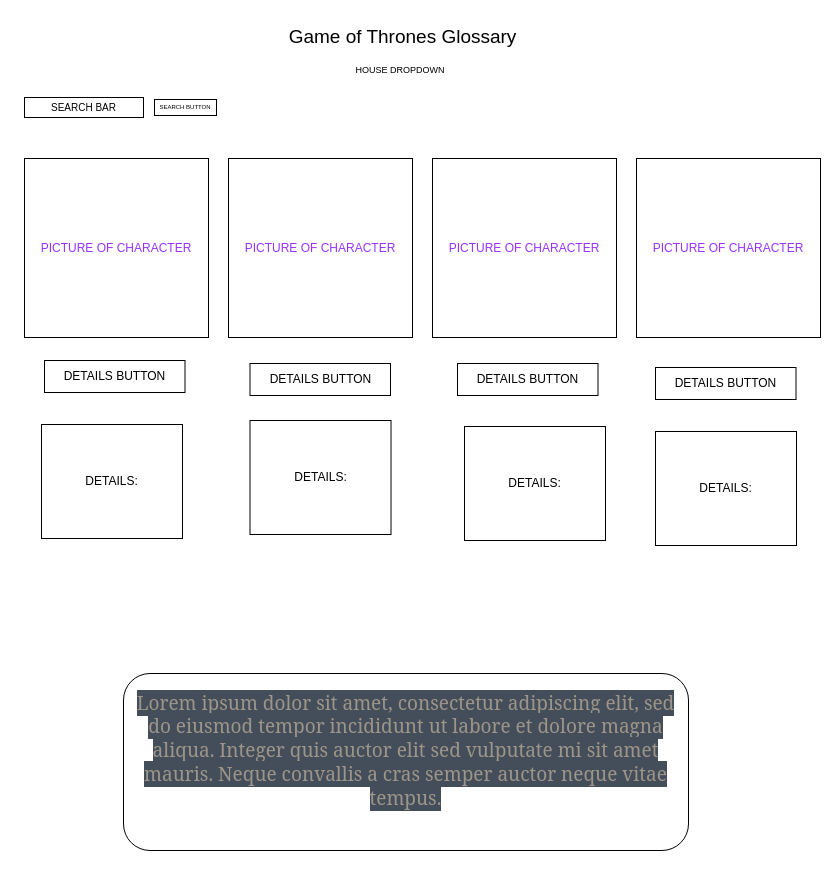
scmh001/phase-1-javascript-project-mode keeps this draw.io diagram as planning/wireframe.drawio. Above is the earlier version. Source tidied: cells renumbered, new cells numbered last; positions are measured from the earlier drawing's top-left corner, leaving out a move shared by most shapes. Both pictures are drawn from the tidied source at 100%, with x=0, y=0 at pixel (24, 17).
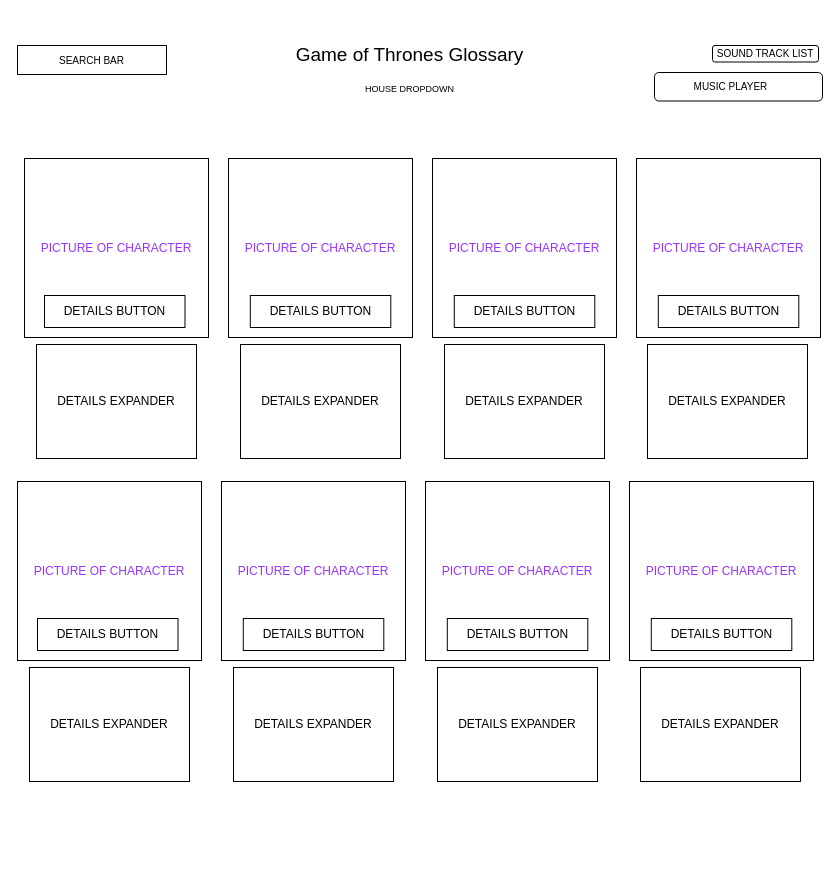
The same page after the edit.

Diff of the diagram source:
```diff
@@
     <mxCell id="2" value="Game of Thrones Glossary" style="text;html=1;strokeColor=none;fillColor=none;align=center;verticalAlign=middle;whiteSpace=wrap;rounded=0;fontSize=19;" parent="1" vertex="1">
-      <mxGeometry x="236" width="285" height="39" as="geometry" />
+      <mxGeometry x="243" y="18" width="285" height="39" as="geometry" />
     </mxCell>
     <mxCell id="3" value="SEARCH BAR" style="text;html=1;strokeColor=default;fillColor=none;align=center;verticalAlign=middle;whiteSpace=wrap;rounded=0;fontSize=10;" parent="1" vertex="1">
-      <mxGeometry y="80" width="119" height="20" as="geometry" />
+      <mxGeometry x="-7" y="28" width="149" height="29" as="geometry" />
     </mxCell>
@@
-    <mxCell id="5" value="&#10;&lt;span style=&quot;color: rgb(158, 149, 137); font-family: &amp;quot;Mercury SSm A&amp;quot;, &amp;quot;Mercury SSm B&amp;quot;, Georgia, Times, &amp;quot;Times New Roman&amp;quot;, &amp;quot;Microsoft YaHei New&amp;quot;, &amp;quot;Microsoft Yahei&amp;quot;, 微软雅黑, 宋体, SimSun, STXihei, 华文细黑, serif; font-size: 19px; font-style: normal; font-variant-ligatures: normal; font-variant-caps: normal; font-weight: 400; letter-spacing: normal; orphans: 2; text-align: start; text-indent: 0px; text-transform: none; widows: 2; word-spacing: 0px; -webkit-text-stroke-width: 0px; background-color: rgb(68, 78, 90); text-decoration-thickness: initial; text-decoration-style: initial; text-decoration-color: initial; float: none; display: inline !important;&quot;&gt;Lorem ipsum dolor sit amet, consectetur adipiscing elit, sed do eiusmod tempor incididunt ut labore et dolore magna aliqua. Integer quis auctor elit sed vulputate mi sit amet mauris. Neque convallis a cras semper auctor neque vitae tempus.&lt;/span&gt;&#10;&#10;" style="rounded=1;whiteSpace=wrap;html=1;fontColor=#999900;fontSize=19;" parent="1" vertex="1">
-      <mxGeometry x="99" y="656" width="565" height="177" as="geometry" />
-    </mxCell>
-    <mxCell id="6" value="DETAILS:" style="rounded=0;whiteSpace=wrap;html=1;" parent="1" vertex="1">
-      <mxGeometry x="225.5" y="403" width="141" height="114" as="geometry" />
-    </mxCell>
     <mxCell id="7" value="HOUSE DROPDOWN" style="rounded=0;whiteSpace=wrap;html=1;fillColor=default;strokeColor=none;fontSize=9;" parent="1" vertex="1">
-      <mxGeometry x="282" y="39" width="188" height="28" as="geometry" />
+      <mxGeometry x="286" y="55" width="199" height="33" as="geometry" />
     </mxCell>
-    <mxCell id="8" value="DETAILS BUTTON" style="rounded=0;whiteSpace=wrap;html=1;" parent="1" vertex="1">
-      <mxGeometry x="225.5" y="346" width="140.5" height="32" as="geometry" />
-    </mxCell>
@@
-    <mxCell id="12" value="DETAILS BUTTON" style="rounded=0;whiteSpace=wrap;html=1;" parent="1" vertex="1">
-      <mxGeometry x="20" y="343" width="140.5" height="32" as="geometry" />
-    </mxCell>
-    <mxCell id="13" value="DETAILS BUTTON" style="rounded=0;whiteSpace=wrap;html=1;" parent="1" vertex="1">
-      <mxGeometry x="433" y="346" width="140.5" height="32" as="geometry" />
-    </mxCell>
     <mxCell id="14" value="DETAILS BUTTON" style="rounded=0;whiteSpace=wrap;html=1;" parent="1" vertex="1">
-      <mxGeometry x="631" y="350" width="140.5" height="32" as="geometry" />
+      <mxGeometry x="633.8" y="278" width="140.5" height="32" as="geometry" />
     </mxCell>
-    <mxCell id="15" value="DETAILS:" style="rounded=0;whiteSpace=wrap;html=1;" parent="1" vertex="1">
-      <mxGeometry x="17" y="407" width="141" height="114" as="geometry" />
-    </mxCell>
-    <mxCell id="16" value="DETAILS:" style="rounded=0;whiteSpace=wrap;html=1;" parent="1" vertex="1">
-      <mxGeometry x="440" y="409" width="141" height="114" as="geometry" />
-    </mxCell>
-    <mxCell id="17" value="DETAILS:" style="rounded=0;whiteSpace=wrap;html=1;" parent="1" vertex="1">
-      <mxGeometry x="631" y="414" width="141" height="114" as="geometry" />
+    <mxCell id="17" value="DETAILS EXPANDER" style="rounded=0;whiteSpace=wrap;html=1;" parent="1" vertex="1">
+      <mxGeometry x="623" y="327" width="160" height="114" as="geometry" />
     </mxCell>
-    <mxCell id="18" value="SEARCH BUTTON" style="text;html=1;strokeColor=default;fillColor=none;align=center;verticalAlign=middle;whiteSpace=wrap;rounded=0;fontSize=6;" parent="1" vertex="1">
-      <mxGeometry x="130" y="82" width="62" height="16" as="geometry" />
+    <mxCell id="18" value="MUSIC PLAYER&lt;span style=&quot;white-space: pre;&quot;&gt;&#9;&lt;/span&gt;" style="text;html=1;strokeColor=default;fillColor=none;align=center;verticalAlign=middle;whiteSpace=wrap;rounded=1;fontSize=10;glass=0;" parent="1" vertex="1">
+      <mxGeometry x="630" y="55" width="168" height="28.5" as="geometry" />
     </mxCell>
+    <mxCell id="19" value="SOUND TRACK LIST" style="text;html=1;strokeColor=default;fillColor=none;align=center;verticalAlign=middle;whiteSpace=wrap;rounded=1;fontSize=10;glass=0;" parent="1" vertex="1">
+      <mxGeometry x="688" y="28" width="106" height="16.5" as="geometry" />
+    </mxCell>
+    <mxCell id="20" value="DETAILS BUTTON" style="rounded=0;whiteSpace=wrap;html=1;" parent="1" vertex="1">
+      <mxGeometry x="429.8" y="278" width="140.5" height="32" as="geometry" />
+    </mxCell>
+    <mxCell id="21" value="DETAILS BUTTON" style="rounded=0;whiteSpace=wrap;html=1;" parent="1" vertex="1">
+      <mxGeometry x="225.8" y="278" width="140.5" height="32" as="geometry" />
+    </mxCell>
+    <mxCell id="22" value="DETAILS BUTTON" style="rounded=0;whiteSpace=wrap;html=1;" parent="1" vertex="1">
+      <mxGeometry x="20" y="278" width="140.5" height="32" as="geometry" />
+    </mxCell>
+    <mxCell id="23" value="DETAILS EXPANDER" style="rounded=0;whiteSpace=wrap;html=1;" parent="1" vertex="1">
+      <mxGeometry x="420" y="327" width="160" height="114" as="geometry" />
+    </mxCell>
+    <mxCell id="24" value="DETAILS EXPANDER" style="rounded=0;whiteSpace=wrap;html=1;" parent="1" vertex="1">
+      <mxGeometry x="216" y="327" width="160" height="114" as="geometry" />
+    </mxCell>
+    <mxCell id="25" value="DETAILS EXPANDER" style="rounded=0;whiteSpace=wrap;html=1;" parent="1" vertex="1">
+      <mxGeometry x="12" y="327" width="160" height="114" as="geometry" />
+    </mxCell>
+    <mxCell id="26" value="PICTURE OF CHARACTER" style="rounded=0;whiteSpace=wrap;html=1;fontColor=#9933FF;" parent="1" vertex="1">
+      <mxGeometry x="-7" y="464" width="184" height="179" as="geometry" />
+    </mxCell>
+    <mxCell id="27" value="PICTURE OF CHARACTER" style="rounded=0;whiteSpace=wrap;html=1;fontColor=#9933FF;" parent="1" vertex="1">
+      <mxGeometry x="197" y="464" width="184" height="179" as="geometry" />
+    </mxCell>
+    <mxCell id="28" value="PICTURE OF CHARACTER" style="rounded=0;whiteSpace=wrap;html=1;fontColor=#9933FF;" parent="1" vertex="1">
+      <mxGeometry x="401" y="464" width="184" height="179" as="geometry" />
+    </mxCell>
+    <mxCell id="29" value="PICTURE OF CHARACTER" style="rounded=0;whiteSpace=wrap;html=1;fontColor=#9933FF;" parent="1" vertex="1">
+      <mxGeometry x="605" y="464" width="184" height="179" as="geometry" />
+    </mxCell>
+    <mxCell id="30" value="DETAILS BUTTON" style="rounded=0;whiteSpace=wrap;html=1;" parent="1" vertex="1">
+      <mxGeometry x="626.8" y="601" width="140.5" height="32" as="geometry" />
+    </mxCell>
+    <mxCell id="31" value="DETAILS EXPANDER" style="rounded=0;whiteSpace=wrap;html=1;" parent="1" vertex="1">
+      <mxGeometry x="616" y="650" width="160" height="114" as="geometry" />
+    </mxCell>
+    <mxCell id="32" value="DETAILS BUTTON" style="rounded=0;whiteSpace=wrap;html=1;" parent="1" vertex="1">
+      <mxGeometry x="422.8" y="601" width="140.5" height="32" as="geometry" />
+    </mxCell>
+    <mxCell id="33" value="DETAILS BUTTON" style="rounded=0;whiteSpace=wrap;html=1;" parent="1" vertex="1">
+      <mxGeometry x="218.8" y="601" width="140.5" height="32" as="geometry" />
+    </mxCell>
+    <mxCell id="34" value="DETAILS BUTTON" style="rounded=0;whiteSpace=wrap;html=1;" parent="1" vertex="1">
+      <mxGeometry x="13" y="601" width="140.5" height="32" as="geometry" />
+    </mxCell>
+    <mxCell id="35" value="DETAILS EXPANDER" style="rounded=0;whiteSpace=wrap;html=1;" parent="1" vertex="1">
+      <mxGeometry x="413" y="650" width="160" height="114" as="geometry" />
+    </mxCell>
+    <mxCell id="36" value="DETAILS EXPANDER" style="rounded=0;whiteSpace=wrap;html=1;" parent="1" vertex="1">
+      <mxGeometry x="209" y="650" width="160" height="114" as="geometry" />
+    </mxCell>
+    <mxCell id="37" value="DETAILS EXPANDER" style="rounded=0;whiteSpace=wrap;html=1;" parent="1" vertex="1">
+      <mxGeometry x="5" y="650" width="160" height="114" as="geometry" />
+    </mxCell>
```
